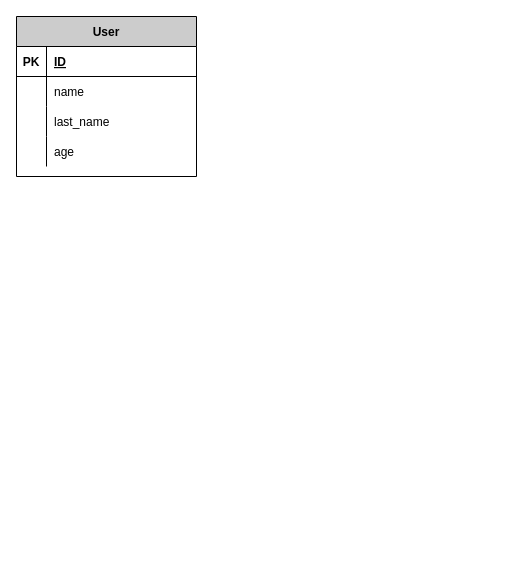
This is sgi potugal extranet.drawio from marciojusto/extranet, a draw.io file, before an edit. Source tidied: cells renumbered, new cells numbered last; positions are measured from the earlier drawing's top-left corner, leaving out a move shared by most shapes. Both pictures are drawn from the tidied source at 100%, with x=0, y=0 at pixel (16, 16).
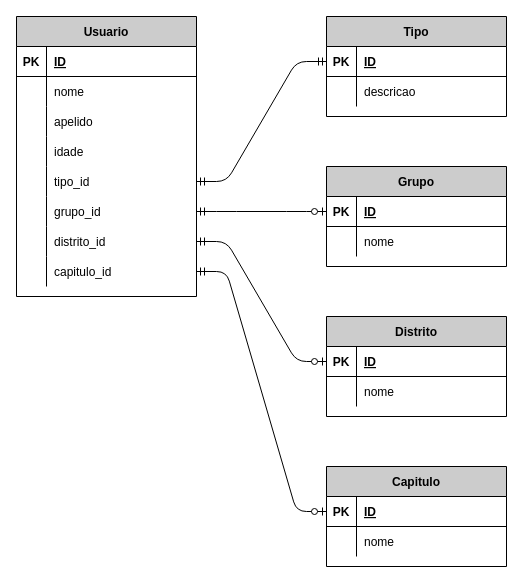
After the change.

Commit message:
primeiros relacionamentos

Unchanged cells that the change refers to:
```xml
<mxCell id="6" style="shape=partialRectangle;fillColor=none;top=0;left=0;bottom=0;right=0;" parent="2" vertex="1">
  <mxGeometry y="60" width="180" height="30" as="geometry" />
</mxCell>
<mxCell id="9" style="shape=partialRectangle;fillColor=none;top=0;left=0;bottom=0;right=0;" parent="2" vertex="1">
  <mxGeometry y="90" width="180" height="30" as="geometry" />
</mxCell>
<mxCell id="12" style="shape=partialRectangle;fillColor=none;top=0;left=0;bottom=0;right=0;" parent="2" vertex="1">
  <mxGeometry y="120" width="180" height="30" as="geometry" />
</mxCell>
```

Diff of the diagram source:
```diff
@@
-    <mxCell id="2" value="User" style="shape=table;startSize=30;childLayout=tableLayout;rowLines=0;fontStyle=1;align=center;fillColor=#CCCCCC;" parent="1" vertex="1">
-      <mxGeometry width="180" height="160" as="geometry" />
+    <mxCell id="2" value="Usuario" style="shape=table;startSize=30;childLayout=tableLayout;rowLines=0;fontStyle=1;align=center;fillColor=#CCCCCC;" parent="1" vertex="1">
+      <mxGeometry width="180" height="280" as="geometry" />
     </mxCell>
@@
-    <mxCell id="8" value="name" style="shape=partialRectangle;fillColor=none;top=0;left=0;bottom=0;right=0;align=left;spacingLeft=6;overflow=hidden;" parent="6" vertex="1">
+    <mxCell id="8" value="nome" style="shape=partialRectangle;fillColor=none;top=0;left=0;bottom=0;right=0;align=left;spacingLeft=6;overflow=hidden;" parent="6" vertex="1">
       <mxGeometry x="30" width="150" height="30" as="geometry" />
     </mxCell>
@@
-    <mxCell id="11" value="last_name" style="shape=partialRectangle;fillColor=none;top=0;left=0;bottom=0;right=0;align=left;spacingLeft=6;overflow=hidden;" parent="9" vertex="1">
+    <mxCell id="11" value="apelido" style="shape=partialRectangle;fillColor=none;top=0;left=0;bottom=0;right=0;align=left;spacingLeft=6;overflow=hidden;" parent="9" vertex="1">
       <mxGeometry x="30" width="150" height="30" as="geometry" />
     </mxCell>
@@
-    <mxCell id="14" value="age" style="shape=partialRectangle;fillColor=none;top=0;left=0;bottom=0;right=0;align=left;spacingLeft=6;overflow=hidden;" parent="12" vertex="1">
+    <mxCell id="14" value="idade" style="shape=partialRectangle;fillColor=none;top=0;left=0;bottom=0;right=0;align=left;spacingLeft=6;overflow=hidden;" parent="12" vertex="1">
       <mxGeometry x="30" width="150" height="30" as="geometry" />
     </mxCell>
+    <mxCell id="15" style="shape=partialRectangle;fillColor=none;top=0;left=0;bottom=0;right=0;points=[[0,0.5],[1,0.5]];portConstraint=eastwest;" parent="2" vertex="1">
+      <mxGeometry y="150" width="180" height="30" as="geometry" />
+    </mxCell>
+    <mxCell id="16" style="shape=partialRectangle;fillColor=none;top=0;left=0;bottom=0;right=0;overflow=hidden;" parent="15" vertex="1">
+      <mxGeometry width="30" height="30" as="geometry" />
+    </mxCell>
+    <mxCell id="17" value="tipo_id" style="shape=partialRectangle;fillColor=none;top=0;left=0;bottom=0;right=0;align=left;spacingLeft=6;overflow=hidden;" parent="15" vertex="1">
+      <mxGeometry x="30" width="150" height="30" as="geometry" />
+    </mxCell>
+    <mxCell id="18" style="shape=partialRectangle;fillColor=none;top=0;left=0;bottom=0;right=0;points=[[0,0.5],[1,0.5]];portConstraint=eastwest;" parent="2" vertex="1">
+      <mxGeometry y="180" width="180" height="30" as="geometry" />
+    </mxCell>
+    <mxCell id="19" style="shape=partialRectangle;fillColor=none;top=0;left=0;bottom=0;right=0;overflow=hidden;" parent="18" vertex="1">
+      <mxGeometry width="30" height="30" as="geometry" />
+    </mxCell>
+    <mxCell id="20" value="grupo_id" style="shape=partialRectangle;fillColor=none;top=0;left=0;bottom=0;right=0;align=left;spacingLeft=6;overflow=hidden;" parent="18" vertex="1">
+      <mxGeometry x="30" width="150" height="30" as="geometry" />
+    </mxCell>
+    <mxCell id="21" style="shape=partialRectangle;fillColor=none;top=0;left=0;bottom=0;right=0;points=[[0,0.5],[1,0.5]];portConstraint=eastwest;" parent="2" vertex="1">
+      <mxGeometry y="210" width="180" height="30" as="geometry" />
+    </mxCell>
+    <mxCell id="22" style="shape=partialRectangle;fillColor=none;top=0;left=0;bottom=0;right=0;overflow=hidden;" parent="21" vertex="1">
+      <mxGeometry width="30" height="30" as="geometry" />
+    </mxCell>
+    <mxCell id="23" value="distrito_id" style="shape=partialRectangle;fillColor=none;top=0;left=0;bottom=0;right=0;align=left;spacingLeft=6;overflow=hidden;" parent="21" vertex="1">
+      <mxGeometry x="30" width="150" height="30" as="geometry" />
+    </mxCell>
+    <mxCell id="24" style="shape=partialRectangle;fillColor=none;top=0;left=0;bottom=0;right=0;points=[[0,0.5],[1,0.5]];portConstraint=eastwest;" parent="2" vertex="1">
+      <mxGeometry y="240" width="180" height="30" as="geometry" />
+    </mxCell>
+    <mxCell id="25" style="shape=partialRectangle;fillColor=none;top=0;left=0;bottom=0;right=0;overflow=hidden;" parent="24" vertex="1">
+      <mxGeometry width="30" height="30" as="geometry" />
+    </mxCell>
+    <mxCell id="26" value="capitulo_id" style="shape=partialRectangle;fillColor=none;top=0;left=0;bottom=0;right=0;align=left;spacingLeft=6;overflow=hidden;" parent="24" vertex="1">
+      <mxGeometry x="30" width="150" height="30" as="geometry" />
+    </mxCell>
+    <mxCell id="27" value="Tipo" style="shape=table;startSize=30;childLayout=tableLayout;rowLines=0;fontStyle=1;align=center;fillColor=#CCCCCC;" parent="1" vertex="1">
+      <mxGeometry x="310" width="180" height="100" as="geometry" />
+    </mxCell>
+    <mxCell id="28" style="shape=partialRectangle;fillColor=none;top=0;left=0;bottom=1;right=0;points=[[0,0.5],[1,0.5]];portConstraint=eastwest;" parent="27" vertex="1">
+      <mxGeometry y="30" width="180" height="30" as="geometry" />
+    </mxCell>
+    <mxCell id="29" value="PK" style="shape=partialRectangle;fillColor=none;top=0;left=0;bottom=0;right=0;fontStyle=1;overflow=hidden;" parent="28" vertex="1">
+      <mxGeometry width="30" height="30" as="geometry" />
+    </mxCell>
+    <mxCell id="30" value="ID" style="shape=partialRectangle;fillColor=none;top=0;left=0;bottom=0;right=0;align=left;spacingLeft=6;fontStyle=5;overflow=hidden;" parent="28" vertex="1">
+      <mxGeometry x="30" width="150" height="30" as="geometry" />
+    </mxCell>
+    <mxCell id="31" style="shape=partialRectangle;fillColor=none;top=0;left=0;bottom=0;right=0;" parent="27" vertex="1">
+      <mxGeometry y="60" width="180" height="30" as="geometry" />
+    </mxCell>
+    <mxCell id="32" style="shape=partialRectangle;fillColor=none;top=0;left=0;bottom=0;right=0;overflow=hidden;" parent="31" vertex="1">
+      <mxGeometry width="30" height="30" as="geometry" />
+    </mxCell>
+    <mxCell id="33" value="descricao" style="shape=partialRectangle;fillColor=none;top=0;left=0;bottom=0;right=0;align=left;spacingLeft=6;overflow=hidden;" parent="31" vertex="1">
+      <mxGeometry x="30" width="150" height="30" as="geometry" />
+    </mxCell>
+    <mxCell id="34" style="edgeStyle=entityRelationEdgeStyle;fontSize=12;html=1;endArrow=ERmandOne;startArrow=ERmandOne;exitX=1;exitY=0.5;exitDx=0;exitDy=0;" parent="1" edge="1" source="15" target="28">
+      <mxGeometry relative="1" as="geometry" />
+    </mxCell>
+    <mxCell id="35" style="edgeStyle=entityRelationEdgeStyle;fontSize=12;html=1;endArrow=ERzeroToOne;startArrow=ERmandOne;exitX=1;exitY=0.5;exitDx=0;exitDy=0;entryX=0;entryY=0.5;entryDx=0;entryDy=0;" parent="1" edge="1" source="18" target="46">
+      <mxGeometry relative="1" as="geometry" />
+    </mxCell>
+    <mxCell id="36" style="edgeStyle=entityRelationEdgeStyle;fontSize=12;html=1;endArrow=ERzeroToOne;startArrow=ERmandOne;exitX=1;exitY=0.5;exitDx=0;exitDy=0;" parent="1" edge="1" source="21" target="39">
+      <mxGeometry relative="1" as="geometry" />
+    </mxCell>
+    <mxCell id="37" style="edgeStyle=entityRelationEdgeStyle;fontSize=12;html=1;endArrow=ERzeroToOne;startArrow=ERmandOne;exitX=1;exitY=0.5;exitDx=0;exitDy=0;entryX=0;entryY=0.5;entryDx=0;entryDy=0;" parent="1" edge="1" source="24" target="53">
+      <mxGeometry relative="1" as="geometry" />
+    </mxCell>
+    <mxCell id="38" value="Distrito" style="shape=table;startSize=30;childLayout=tableLayout;rowLines=0;fontStyle=1;align=center;fillColor=#CCCCCC;" parent="1" vertex="1">
+      <mxGeometry x="310" y="300" width="180" height="100" as="geometry" />
+    </mxCell>
+    <mxCell id="39" style="shape=partialRectangle;fillColor=none;top=0;left=0;bottom=1;right=0;points=[[0,0.5],[1,0.5]];portConstraint=eastwest;" parent="38" vertex="1">
+      <mxGeometry y="30" width="180" height="30" as="geometry" />
+    </mxCell>
+    <mxCell id="40" value="PK" style="shape=partialRectangle;fillColor=none;top=0;left=0;bottom=0;right=0;fontStyle=1;overflow=hidden;" parent="39" vertex="1">
+      <mxGeometry width="30" height="30" as="geometry" />
+    </mxCell>
+    <mxCell id="41" value="ID" style="shape=partialRectangle;fillColor=none;top=0;left=0;bottom=0;right=0;align=left;spacingLeft=6;fontStyle=5;overflow=hidden;" parent="39" vertex="1">
+      <mxGeometry x="30" width="150" height="30" as="geometry" />
+    </mxCell>
+    <mxCell id="42" style="shape=partialRectangle;fillColor=none;top=0;left=0;bottom=0;right=0;" parent="38" vertex="1">
+      <mxGeometry y="60" width="180" height="30" as="geometry" />
+    </mxCell>
+    <mxCell id="43" style="shape=partialRectangle;fillColor=none;top=0;left=0;bottom=0;right=0;overflow=hidden;" parent="42" vertex="1">
+      <mxGeometry width="30" height="30" as="geometry" />
+    </mxCell>
+    <mxCell id="44" value="nome" style="shape=partialRectangle;fillColor=none;top=0;left=0;bottom=0;right=0;align=left;spacingLeft=6;overflow=hidden;" parent="42" vertex="1">
+      <mxGeometry x="30" width="150" height="30" as="geometry" />
+    </mxCell>
+    <mxCell id="45" value="Grupo" style="shape=table;startSize=30;childLayout=tableLayout;rowLines=0;fontStyle=1;align=center;fillColor=#CCCCCC;" parent="1" vertex="1">
+      <mxGeometry x="310" y="150" width="180" height="100" as="geometry" />
+    </mxCell>
+    <mxCell id="46" style="shape=partialRectangle;fillColor=none;top=0;left=0;bottom=1;right=0;points=[[0,0.5],[1,0.5]];portConstraint=eastwest;" parent="45" vertex="1">
+      <mxGeometry y="30" width="180" height="30" as="geometry" />
+    </mxCell>
+    <mxCell id="47" value="PK" style="shape=partialRectangle;fillColor=none;top=0;left=0;bottom=0;right=0;fontStyle=1;overflow=hidden;" parent="46" vertex="1">
+      <mxGeometry width="30" height="30" as="geometry" />
+    </mxCell>
+    <mxCell id="48" value="ID" style="shape=partialRectangle;fillColor=none;top=0;left=0;bottom=0;right=0;align=left;spacingLeft=6;fontStyle=5;overflow=hidden;" parent="46" vertex="1">
+      <mxGeometry x="30" width="150" height="30" as="geometry" />
+    </mxCell>
+    <mxCell id="49" style="shape=partialRectangle;fillColor=none;top=0;left=0;bottom=0;right=0;" parent="45" vertex="1">
+      <mxGeometry y="60" width="180" height="30" as="geometry" />
+    </mxCell>
+    <mxCell id="50" style="shape=partialRectangle;fillColor=none;top=0;left=0;bottom=0;right=0;overflow=hidden;" parent="49" vertex="1">
+      <mxGeometry width="30" height="30" as="geometry" />
+    </mxCell>
+    <mxCell id="51" value="nome" style="shape=partialRectangle;fillColor=none;top=0;left=0;bottom=0;right=0;align=left;spacingLeft=6;overflow=hidden;" parent="49" vertex="1">
+      <mxGeometry x="30" width="150" height="30" as="geometry" />
+    </mxCell>
+    <mxCell id="52" value="Capitulo" style="shape=table;startSize=30;childLayout=tableLayout;rowLines=0;fontStyle=1;align=center;fillColor=#CCCCCC;" parent="1" vertex="1">
+      <mxGeometry x="310" y="450" width="180" height="100" as="geometry" />
+    </mxCell>
+    <mxCell id="53" style="shape=partialRectangle;fillColor=none;top=0;left=0;bottom=1;right=0;points=[[0,0.5],[1,0.5]];portConstraint=eastwest;" parent="52" vertex="1">
+      <mxGeometry y="30" width="180" height="30" as="geometry" />
+    </mxCell>
+    <mxCell id="54" value="PK" style="shape=partialRectangle;fillColor=none;top=0;left=0;bottom=0;right=0;fontStyle=1;overflow=hidden;" parent="53" vertex="1">
+      <mxGeometry width="30" height="30" as="geometry" />
+    </mxCell>
+    <mxCell id="55" value="ID" style="shape=partialRectangle;fillColor=none;top=0;left=0;bottom=0;right=0;align=left;spacingLeft=6;fontStyle=5;overflow=hidden;" parent="53" vertex="1">
+      <mxGeometry x="30" width="150" height="30" as="geometry" />
+    </mxCell>
+    <mxCell id="56" style="shape=partialRectangle;fillColor=none;top=0;left=0;bottom=0;right=0;" parent="52" vertex="1">
+      <mxGeometry y="60" width="180" height="30" as="geometry" />
+    </mxCell>
+    <mxCell id="57" style="shape=partialRectangle;fillColor=none;top=0;left=0;bottom=0;right=0;overflow=hidden;" parent="56" vertex="1">
+      <mxGeometry width="30" height="30" as="geometry" />
+    </mxCell>
+    <mxCell id="58" value="nome" style="shape=partialRectangle;fillColor=none;top=0;left=0;bottom=0;right=0;align=left;spacingLeft=6;overflow=hidden;" parent="56" vertex="1">
+      <mxGeometry x="30" width="150" height="30" as="geometry" />
+    </mxCell>
```
